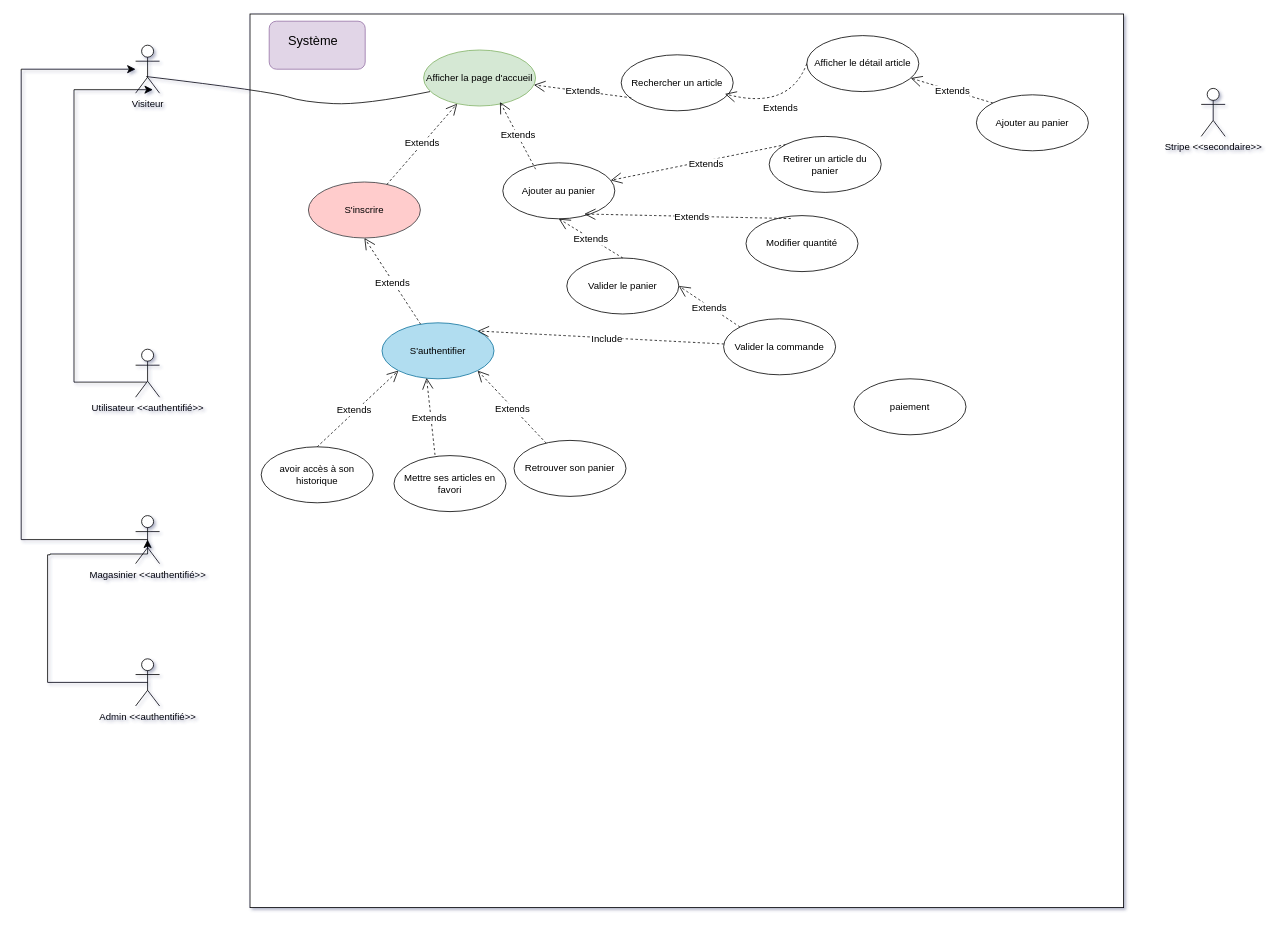
Before: Diagramme sans nom.drawio in Steony/BeautyBookerApp, a draw.io diagram. Source tidied: cells renumbered, new cells numbered last; positions are measured from the earlier drawing's top-left corner, leaving out a move shared by most shapes. Both pictures are drawn from the tidied source at 80%, with x=0, y=0 at pixel (21, 14).
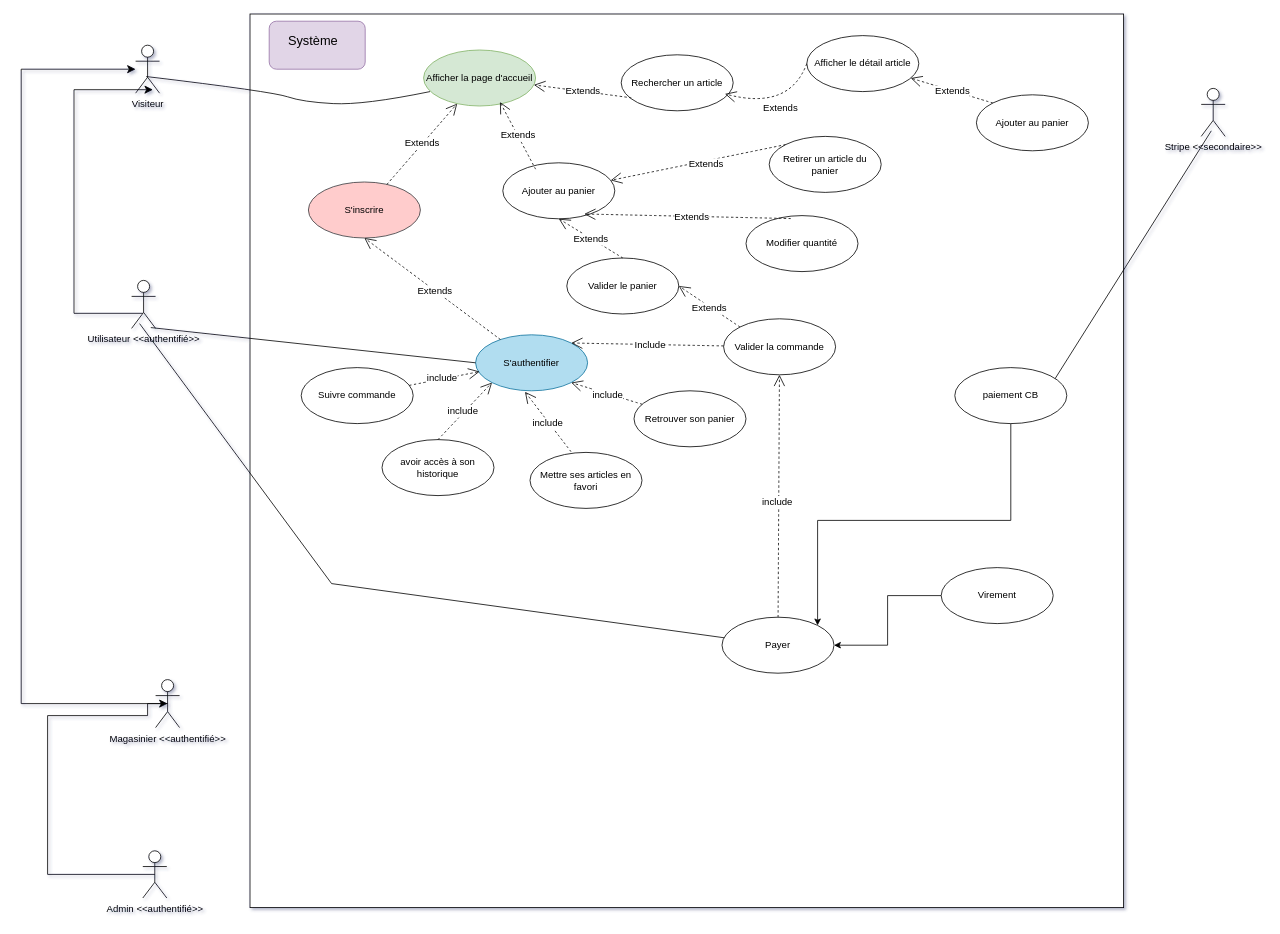
After the change.

Unchanged cells that the change refers to:
```xml
<mxCell id="6" value="Stripe &amp;lt;&amp;lt;secondaire&amp;gt;&amp;gt;" style="shape=umlActor;verticalLabelPosition=bottom;verticalAlign=top;html=1;" parent="1" vertex="1">
  <mxGeometry x="1475" y="93" width="30" height="60" as="geometry" />
</mxCell>
<mxCell id="29" value="Valider la commande" style="ellipse;whiteSpace=wrap;html=1;" parent="1" vertex="1">
  <mxGeometry x="878" y="381" width="140" height="70" as="geometry" />
</mxCell>
```

The edit, as a diff of the source:
```diff
@@
     <mxCell id="4" value="Magasinier &amp;lt;&amp;lt;authentifié&amp;gt;&amp;gt;" style="shape=umlActor;verticalLabelPosition=bottom;verticalAlign=top;html=1;" parent="1" vertex="1">
-      <mxGeometry x="143" y="627" width="30" height="60" as="geometry" />
+      <mxGeometry x="168" y="832" width="30" height="60" as="geometry" />
     </mxCell>
     <mxCell id="5" value="Utilisateur &amp;lt;&amp;lt;authentifié&amp;gt;&amp;gt;" style="shape=umlActor;verticalLabelPosition=bottom;verticalAlign=top;html=1;" parent="1" vertex="1">
-      <mxGeometry x="143" y="419" width="30" height="60" as="geometry" />
+      <mxGeometry x="138" y="333" width="30" height="60" as="geometry" />
     </mxCell>
@@
     <mxCell id="11" style="edgeStyle=orthogonalEdgeStyle;rounded=0;jettySize=auto;html=1;exitX=0.5;exitY=0.5;exitDx=0;exitDy=0;exitPerimeter=0;fontSize=12;startSize=8;endSize=8;entryX=0.5;entryY=0.5;entryDx=0;entryDy=0;entryPerimeter=0;" parent="1" edge="1" source="12" target="4">
       <mxGeometry relative="1" as="geometry">
         <Array as="points">
-          <mxPoint x="33" y="836" />
-          <mxPoint x="33" y="676" />
-          <mxPoint x="36" y="676" />
-          <mxPoint x="36" y="675" />
-          <mxPoint x="158" y="675" />
+          <mxPoint x="33" y="1075" />
+          <mxPoint x="33" y="877" />
+          <mxPoint x="158" y="877" />
+          <mxPoint x="158" y="862" />
         </Array>
       </mxGeometry>
     </mxCell>
     <mxCell id="12" value="Admin &amp;lt;&amp;lt;authentifié&amp;gt;&amp;gt;" style="shape=umlActor;verticalLabelPosition=bottom;verticalAlign=top;html=1;" parent="1" vertex="1">
-      <mxGeometry x="143" y="806" width="30" height="59" as="geometry" />
+      <mxGeometry x="152" y="1046" width="30" height="59" as="geometry" />
     </mxCell>
@@
     <mxCell id="30" value="S'authentifier" style="ellipse;whiteSpace=wrap;html=1;fillColor=#b1ddf0;strokeColor=#10739e;" parent="1" vertex="1">
-      <mxGeometry x="451" y="386" width="140" height="70" as="geometry" />
+      <mxGeometry x="568" y="401" width="140" height="70" as="geometry" />
     </mxCell>
@@
     <mxCell id="36" value="Retrouver son panier" style="ellipse;whiteSpace=wrap;html=1;" parent="1" vertex="1">
-      <mxGeometry x="616" y="533" width="140" height="70" as="geometry" />
+      <mxGeometry x="766" y="471" width="140" height="70" as="geometry" />
     </mxCell>
     <mxCell id="37" value="Mettre ses articles en favori" style="ellipse;whiteSpace=wrap;html=1;" parent="1" vertex="1">
-      <mxGeometry x="466" y="552" width="140" height="70" as="geometry" />
+      <mxGeometry x="636" y="548" width="140" height="70" as="geometry" />
     </mxCell>
-    <mxCell id="38" value="Extends" style="endArrow=open;endSize=12;dashed=1;html=1;rounded=0;fontSize=12;curved=1;entryX=1;entryY=1;entryDx=0;entryDy=0;" parent="1" edge="1" source="36" target="30">
+    <mxCell id="38" value="include" style="endArrow=open;endSize=12;dashed=1;html=1;rounded=0;fontSize=12;curved=1;entryX=1;entryY=1;entryDx=0;entryDy=0;" parent="1" edge="1" source="36" target="30">
       <mxGeometry x="-0.05" y="1" relative="1" as="geometry">
         <mxPoint x="-1" as="offset" />
       </mxGeometry>
     </mxCell>
-    <mxCell id="39" value="Extends" style="endArrow=open;endSize=12;dashed=1;html=1;rounded=0;fontSize=12;curved=1;entryX=0.398;entryY=0.984;entryDx=0;entryDy=0;entryPerimeter=0;exitX=0.366;exitY=-0.013;exitDx=0;exitDy=0;exitPerimeter=0;" parent="1" edge="1" source="37" target="30">
+    <mxCell id="39" value="include" style="endArrow=open;endSize=12;dashed=1;html=1;rounded=0;fontSize=12;curved=1;entryX=0.441;entryY=1.018;entryDx=0;entryDy=0;entryPerimeter=0;exitX=0.366;exitY=-0.013;exitDx=0;exitDy=0;exitPerimeter=0;" parent="1" edge="1" source="37" target="30">
       <mxGeometry x="-0.05" y="1" relative="1" as="geometry">
         <mxPoint x="-1" as="offset" />
       </mxGeometry>
     </mxCell>
     <mxCell id="40" value="avoir accès à son historique" style="ellipse;whiteSpace=wrap;html=1;" parent="1" vertex="1">
-      <mxGeometry x="300" y="541" width="140" height="70" as="geometry" />
+      <mxGeometry x="451" y="532" width="140" height="70" as="geometry" />
     </mxCell>
-    <mxCell id="41" value="Extends" style="endArrow=open;endSize=12;dashed=1;html=1;rounded=0;fontSize=12;curved=1;entryX=0;entryY=1;entryDx=0;entryDy=0;exitX=0.5;exitY=0;exitDx=0;exitDy=0;" parent="1" edge="1" source="40" target="30">
+    <mxCell id="41" value="include" style="endArrow=open;endSize=12;dashed=1;html=1;rounded=0;fontSize=12;curved=1;entryX=0;entryY=1;entryDx=0;entryDy=0;exitX=0.5;exitY=0;exitDx=0;exitDy=0;" parent="1" edge="1" source="40" target="30">
       <mxGeometry x="-0.05" y="1" relative="1" as="geometry">
         <mxPoint x="-1" as="offset" />
       </mxGeometry>
     </mxCell>
-    <mxCell id="42" value="paiement" style="ellipse;whiteSpace=wrap;html=1;" parent="1" vertex="1">
-      <mxGeometry x="1041" y="456" width="140" height="70" as="geometry" />
+    <mxCell id="42" value="Payer" style="ellipse;whiteSpace=wrap;html=1;" parent="1" vertex="1">
+      <mxGeometry x="876" y="754" width="140" height="70" as="geometry" />
     </mxCell>
+    <mxCell id="43" style="endArrow=none;html=1;rounded=0;entryX=0;entryY=0.5;entryDx=0;entryDy=0;exitX=0.8;exitY=0.983;exitDx=0;exitDy=0;exitPerimeter=0;" parent="1" edge="1" source="5" target="30">
+      <mxGeometry relative="1" as="geometry" />
+    </mxCell>
+    <mxCell id="44" value="Suivre commande" style="ellipse;whiteSpace=wrap;html=1;" parent="1" vertex="1">
+      <mxGeometry x="350" y="442" width="140" height="70" as="geometry" />
+    </mxCell>
+    <mxCell id="45" value="include" style="endArrow=open;endSize=12;dashed=1;html=1;rounded=0;fontSize=12;curved=1;entryX=0.036;entryY=0.657;entryDx=0;entryDy=0;entryPerimeter=0;" parent="1" edge="1" source="44" target="30">
+      <mxGeometry x="-0.05" y="1" relative="1" as="geometry">
+        <mxPoint x="-1" as="offset" />
+      </mxGeometry>
+    </mxCell>
+    <mxCell id="46" style="endArrow=none;html=1;rounded=0;exitX=0.333;exitY=0.9;exitDx=0;exitDy=0;exitPerimeter=0;" parent="1" edge="1" source="5" target="42">
+      <mxGeometry relative="1" as="geometry">
+        <Array as="points">
+          <mxPoint x="388" y="712" />
+        </Array>
+      </mxGeometry>
+    </mxCell>
+    <mxCell id="47" value="include" style="endArrow=open;endSize=12;dashed=1;html=1;rounded=0;fontSize=12;curved=1;" parent="1" edge="1" source="42" target="29">
+      <mxGeometry x="-0.05" y="1" relative="1" as="geometry">
+        <mxPoint x="-1" as="offset" />
+      </mxGeometry>
+    </mxCell>
+    <mxCell id="48" style="endArrow=none;html=1;rounded=0;exitX=1;exitY=0;exitDx=0;exitDy=0;entryX=0.422;entryY=0.883;entryDx=0;entryDy=0;entryPerimeter=0;" parent="1" edge="1" source="50" target="6">
+      <mxGeometry relative="1" as="geometry">
+        <Array as="points">
+          <mxPoint x="1262" y="504" />
+        </Array>
+      </mxGeometry>
+    </mxCell>
+    <mxCell id="49" style="edgeStyle=orthogonalEdgeStyle;rounded=0;jettySize=auto;html=1;exitX=0.5;exitY=1;exitDx=0;exitDy=0;entryX=1;entryY=0;entryDx=0;entryDy=0;" parent="1" edge="1" source="50" target="42">
+      <mxGeometry relative="1" as="geometry" />
+    </mxCell>
+    <mxCell id="50" value="paiement CB" style="ellipse;whiteSpace=wrap;html=1;" parent="1" vertex="1">
+      <mxGeometry x="1167" y="442" width="140" height="70" as="geometry" />
+    </mxCell>
+    <mxCell id="51" style="edgeStyle=orthogonalEdgeStyle;rounded=0;jettySize=auto;html=1;entryX=1;entryY=0.5;entryDx=0;entryDy=0;" parent="1" edge="1" source="52" target="42">
+      <mxGeometry relative="1" as="geometry" />
+    </mxCell>
+    <mxCell id="52" value="Virement" style="ellipse;whiteSpace=wrap;html=1;" parent="1" vertex="1">
+      <mxGeometry x="1150" y="692" width="140" height="70" as="geometry" />
+    </mxCell>
```
